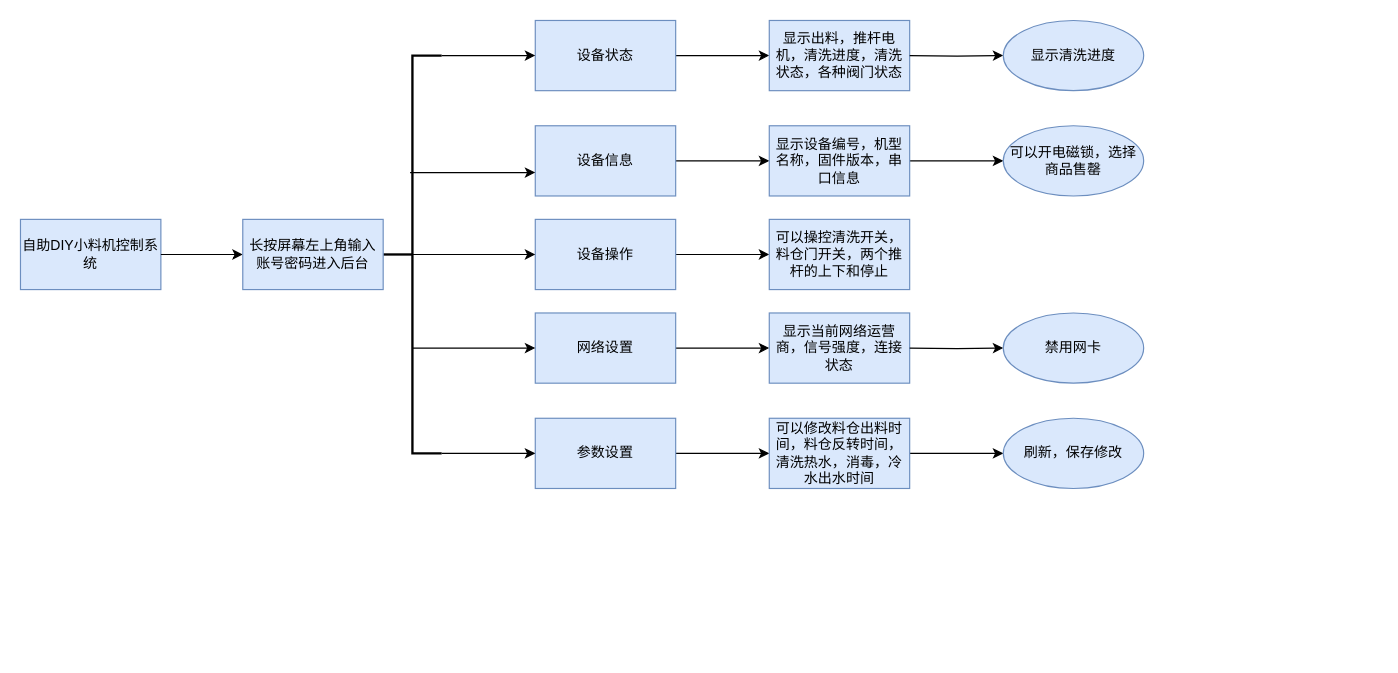
Above: 奶茶机.drawio in jessonyu/AndroidNotes (draw.io), before the change. Source tidied: cells renumbered, new cells numbered last; positions are measured from the earlier drawing's top-left corner, leaving out a move shared by most shapes. Both pictures are drawn from the tidied source at 117%, with x=0, y=0 at pixel (20, 20).
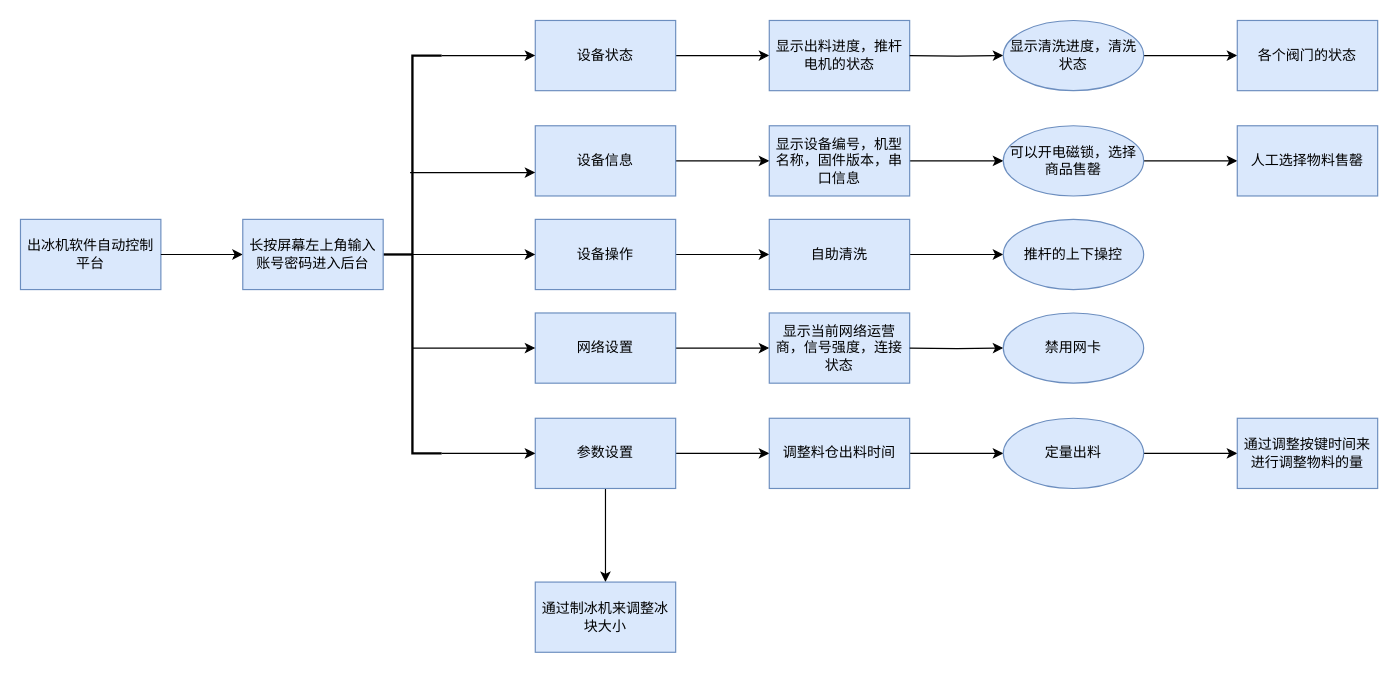
After the change.

Commit message:
更新奶茶机.drawio

Unchanged cells that the change refers to:
```xml
<mxCell id="13" value="参数设置" style="rounded=0;whiteSpace=wrap;html=1;fillColor=#dae8fc;strokeColor=#6c8ebf;" parent="1" vertex="1">
  <mxGeometry x="440" y="340" width="120" height="60" as="geometry" />
</mxCell>
<mxCell id="28" value="可以开电磁锁，选择商品售罄" style="ellipse;whiteSpace=wrap;html=1;fillColor=#dae8fc;strokeColor=#6c8ebf;rounded=0;" parent="1" vertex="1">
  <mxGeometry x="840" y="90" width="120" height="60" as="geometry" />
</mxCell>
```

The edit, as a diff of the source:
```diff
@@
-    <mxCell id="2" value="自助DIY小料机控制系统" style="rounded=0;whiteSpace=wrap;html=1;fillColor=#dae8fc;strokeColor=#6c8ebf;" parent="1" vertex="1">
+    <mxCell id="2" value="出冰机软件自动控制平台" style="rounded=0;whiteSpace=wrap;html=1;fillColor=#dae8fc;strokeColor=#6c8ebf;" parent="1" vertex="1">
       <mxGeometry y="170" width="120" height="60" as="geometry" />
     </mxCell>
@@
+    <mxCell id="34" style="edgeStyle=orthogonalEdgeStyle;rounded=0;jettySize=auto;html=1;fontColor=#000000;" parent="1" edge="1" source="13" target="39">
+      <mxGeometry relative="1" as="geometry" />
+    </mxCell>
@@
+    <mxCell id="35" style="edgeStyle=orthogonalEdgeStyle;rounded=0;jettySize=auto;html=1;fontColor=#000000;" parent="1" edge="1" source="23" target="42">
+      <mxGeometry relative="1" as="geometry" />
+    </mxCell>
-    <mxCell id="23" value="可以操控清洗开关，料仓门开关，两个推杆的上下和停止" style="whiteSpace=wrap;html=1;fillColor=#dae8fc;strokeColor=#6c8ebf;rounded=0;" parent="1" vertex="1">
+    <mxCell id="23" value="自助清洗" style="whiteSpace=wrap;html=1;fillColor=#dae8fc;strokeColor=#6c8ebf;rounded=0;" parent="1" vertex="1">
       <mxGeometry x="640" y="170" width="120" height="60" as="geometry" />
     </mxCell>
@@
-    <mxCell id="26" value="可以修改料仓出料时间，料仓反转时间，清洗热水，消毒，冷水出水时间" style="whiteSpace=wrap;html=1;fillColor=#dae8fc;strokeColor=#6c8ebf;rounded=0;" parent="1" vertex="1">
+    <mxCell id="26" value="调整料仓出料时间" style="whiteSpace=wrap;html=1;fillColor=#dae8fc;strokeColor=#6c8ebf;rounded=0;" parent="1" vertex="1">
       <mxGeometry x="640" y="340" width="120" height="60" as="geometry" />
     </mxCell>
-    <mxCell id="27" value="显示出料，推杆电机，清洗进度，清洗状态，各种阀门状态" style="whiteSpace=wrap;html=1;fillColor=#dae8fc;strokeColor=#6c8ebf;rounded=0;" parent="1" vertex="1">
+    <mxCell id="27" value="显示出料进度，推杆电机的状态" style="whiteSpace=wrap;html=1;fillColor=#dae8fc;strokeColor=#6c8ebf;rounded=0;" parent="1" vertex="1">
       <mxGeometry x="640" width="120" height="60" as="geometry" />
     </mxCell>
+    <mxCell id="36" style="edgeStyle=orthogonalEdgeStyle;rounded=0;jettySize=auto;html=1;fontColor=#000000;" parent="1" edge="1" source="28" target="41">
+      <mxGeometry relative="1" as="geometry" />
+    </mxCell>
@@
+    <mxCell id="37" style="edgeStyle=orthogonalEdgeStyle;rounded=0;jettySize=auto;html=1;fontColor=#000000;" parent="1" edge="1" source="29" target="43">
+      <mxGeometry relative="1" as="geometry" />
+    </mxCell>
-    <mxCell id="29" value="刷新，保存修改" style="ellipse;whiteSpace=wrap;html=1;fillColor=#dae8fc;strokeColor=#6c8ebf;rounded=0;" parent="1" vertex="1">
+    <mxCell id="29" value="定量出料" style="ellipse;whiteSpace=wrap;html=1;fillColor=#dae8fc;strokeColor=#6c8ebf;rounded=0;" parent="1" vertex="1">
       <mxGeometry x="840" y="340" width="120" height="60" as="geometry" />
     </mxCell>
@@
+    <mxCell id="38" style="edgeStyle=orthogonalEdgeStyle;rounded=0;jettySize=auto;html=1;fontColor=#000000;" parent="1" edge="1" source="31" target="40">
+      <mxGeometry relative="1" as="geometry" />
+    </mxCell>
-    <mxCell id="31" value="显示清洗进度" style="ellipse;whiteSpace=wrap;html=1;fillColor=#dae8fc;strokeColor=#6c8ebf;rounded=0;" parent="1" vertex="1">
+    <mxCell id="31" value="显示清洗进度，清洗状态" style="ellipse;whiteSpace=wrap;html=1;fillColor=#dae8fc;strokeColor=#6c8ebf;rounded=0;" parent="1" vertex="1">
       <mxGeometry x="840" width="120" height="60" as="geometry" />
     </mxCell>
@@
+    <mxCell id="39" value="通过制冰机来调整冰块大小" style="whiteSpace=wrap;html=1;fillColor=#dae8fc;strokeColor=#6c8ebf;rounded=0;" parent="1" vertex="1">
+      <mxGeometry x="440" y="480" width="120" height="60" as="geometry" />
+    </mxCell>
+    <mxCell id="40" value="各个阀门的状态" style="whiteSpace=wrap;html=1;fillColor=#dae8fc;strokeColor=#6c8ebf;rounded=0;" parent="1" vertex="1">
+      <mxGeometry x="1040" width="120" height="60" as="geometry" />
+    </mxCell>
+    <mxCell id="41" value="人工选择物料售罄" style="whiteSpace=wrap;html=1;fillColor=#dae8fc;strokeColor=#6c8ebf;rounded=0;" parent="1" vertex="1">
+      <mxGeometry x="1040" y="90" width="120" height="60" as="geometry" />
+    </mxCell>
+    <mxCell id="42" value="推杆的上下操控" style="ellipse;whiteSpace=wrap;html=1;fillColor=#dae8fc;strokeColor=#6c8ebf;rounded=0;" parent="1" vertex="1">
+      <mxGeometry x="840" y="170" width="120" height="60" as="geometry" />
+    </mxCell>
+    <mxCell id="43" value="通过调整按键时间来进行调整物料的量" style="whiteSpace=wrap;html=1;fillColor=#dae8fc;strokeColor=#6c8ebf;rounded=0;" parent="1" vertex="1">
+      <mxGeometry x="1040" y="340" width="120" height="60" as="geometry" />
+    </mxCell>
```
